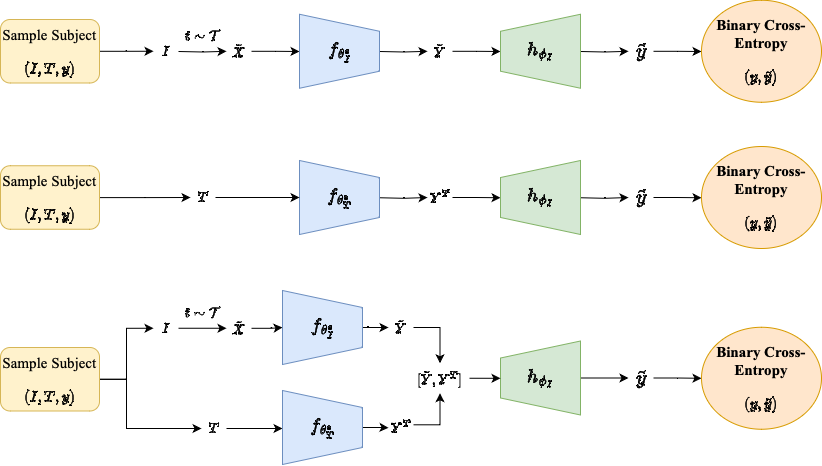
Before: fine-tuning.drawio.png, a diagram exported from draw.io (Vivano/amal-project). Source tidied: cells renumbered, new cells last; positions are measured from the earlier drawing's top-left corner, leaving out a move shared by most shapes.
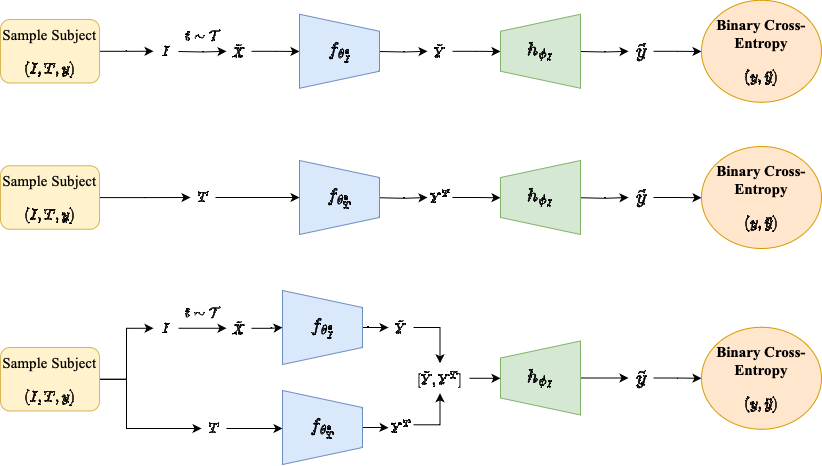
Later version of the same file.

Commit message:
Mettre à jour fine-tuning.drawio.png

The edit, as a diff of the source:
```diff
@@ -42,7 +42,7 @@
     <mxCell id="13" value="$$\tilde{y}$$" style="text;html=1;strokeColor=none;fillColor=none;align=center;verticalAlign=middle;whiteSpace=wrap;rounded=0;fontSize=17;" parent="1" vertex="1">
       <mxGeometry x="628" y="362.5" width="25" height="30" as="geometry" />
     </mxCell>
-    <mxCell id="14" value="&lt;b&gt;Binary Cross-Entropy&lt;/b&gt;&lt;br style=&quot;font-size: 15px;&quot;&gt;$$(y,\tilde{y})$$" style="ellipse;whiteSpace=wrap;html=1;fontSize=15;verticalAlign=bottom;fontFamily=Times New Roman;labelPosition=center;verticalLabelPosition=middle;align=center;fillColor=#ffe6cc;strokeColor=#d79b00;" parent="1" vertex="1">
+    <mxCell id="14" value="&lt;span&gt;Binary Cross-Entropy&lt;/span&gt;&lt;br style=&quot;font-size: 15px;&quot;&gt;$$(y,\tilde{y})$$" style="ellipse;whiteSpace=wrap;html=1;fontSize=15;verticalAlign=bottom;fontFamily=Times New Roman;labelPosition=center;verticalLabelPosition=middle;align=center;fillColor=#ffe6cc;strokeColor=#d79b00;fontStyle=1;" parent="1" vertex="1">
       <mxGeometry x="701" y="326.8" width="120" height="102" as="geometry" />
     </mxCell>
     <mxCell id="15" style="edgeStyle=orthogonalEdgeStyle;rounded=0;jettySize=auto;html=1;entryX=0;entryY=0.5;entryDx=0;entryDy=0;" parent="1" edge="1" source="17" target="3">
@@ -137,7 +137,7 @@
     <mxCell id="36" value="&lt;font style=&quot;font-size: 16px;&quot;&gt;$$h_{\phi_I}$$&lt;/font&gt;" style="verticalLabelPosition=middle;verticalAlign=middle;html=1;shape=trapezoid;perimeter=trapezoidPerimeter;whiteSpace=wrap;size=0.23;arcSize=10;flipV=1;labelPosition=center;align=center;labelBackgroundColor=none;fillColor=#d5e8d4;labelBorderColor=none;strokeColor=#82b366;direction=south;fontSize=16;flipH=1;" parent="1" vertex="1">
       <mxGeometry x="500" y="13.8" width="80" height="74" as="geometry" />
     </mxCell>
-    <mxCell id="37" value="&lt;b&gt;Binary Cross-Entropy&lt;/b&gt;&lt;br style=&quot;font-size: 15px;&quot;&gt;$$(y,\tilde{y})$$" style="ellipse;whiteSpace=wrap;html=1;fontSize=15;verticalAlign=bottom;fontFamily=Times New Roman;labelPosition=center;verticalLabelPosition=middle;align=center;fillColor=#ffe6cc;strokeColor=#d79b00;" parent="1" vertex="1">
+    <mxCell id="37" value="&lt;span&gt;Binary Cross-Entropy&lt;/span&gt;&lt;br style=&quot;font-size: 15px;&quot;&gt;$$(y,\tilde{y})$$" style="ellipse;whiteSpace=wrap;html=1;fontSize=15;verticalAlign=bottom;fontFamily=Times New Roman;labelPosition=center;verticalLabelPosition=middle;align=center;fillColor=#ffe6cc;strokeColor=#d79b00;fontStyle=1;" parent="1" vertex="1">
       <mxGeometry x="701" y="-0.2" width="120" height="102" as="geometry" />
     </mxCell>
     <mxCell id="38" style="edgeStyle=orthogonalEdgeStyle;rounded=0;jettySize=auto;html=1;entryX=0;entryY=0.5;entryDx=0;entryDy=0;" parent="1" edge="1" source="39" target="40">
@@ -187,7 +187,7 @@
     <mxCell id="50" value="&lt;font style=&quot;font-size: 16px;&quot;&gt;$$h_{\phi_I}$$&lt;/font&gt;" style="verticalLabelPosition=middle;verticalAlign=middle;html=1;shape=trapezoid;perimeter=trapezoidPerimeter;whiteSpace=wrap;size=0.23;arcSize=10;flipV=1;labelPosition=center;align=center;labelBackgroundColor=none;fillColor=#d5e8d4;labelBorderColor=none;strokeColor=#82b366;direction=south;fontSize=16;flipH=1;" parent="1" vertex="1">
       <mxGeometry x="500" y="160" width="80" height="74" as="geometry" />
     </mxCell>
-    <mxCell id="51" value="&lt;b&gt;Binary Cross-Entropy&lt;/b&gt;&lt;br style=&quot;font-size: 15px;&quot;&gt;$$(y,\tilde{y})$$" style="ellipse;whiteSpace=wrap;html=1;fontSize=15;verticalAlign=bottom;fontFamily=Times New Roman;labelPosition=center;verticalLabelPosition=middle;align=center;fillColor=#ffe6cc;strokeColor=#d79b00;" parent="1" vertex="1">
+    <mxCell id="51" value="&lt;span&gt;Binary Cross-Entropy&lt;/span&gt;&lt;br style=&quot;font-size: 15px;&quot;&gt;$$(y,\tilde{y})$$" style="ellipse;whiteSpace=wrap;html=1;fontSize=15;verticalAlign=bottom;fontFamily=Times New Roman;labelPosition=center;verticalLabelPosition=middle;align=center;fillColor=#ffe6cc;strokeColor=#d79b00;fontStyle=1;" parent="1" vertex="1">
       <mxGeometry x="701" y="146" width="120" height="102" as="geometry" />
     </mxCell>
     <mxCell id="52" style="edgeStyle=orthogonalEdgeStyle;rounded=0;jettySize=auto;html=1;entryX=0;entryY=0.5;entryDx=0;entryDy=0;" parent="1" edge="1" source="53" target="55">
```
